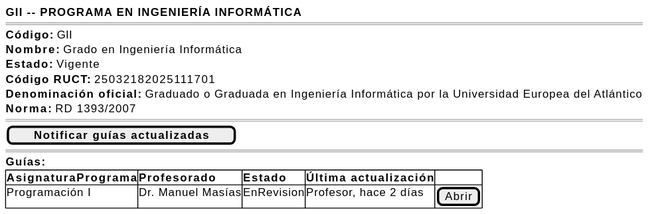
Above: images/RUP/01-requisitos/03-detalle-casos-uso/abrirPrograma/wireframe-porDirectorPrograma.svg in mmasias/pyCeldaPublico (PlantUML), before the change.
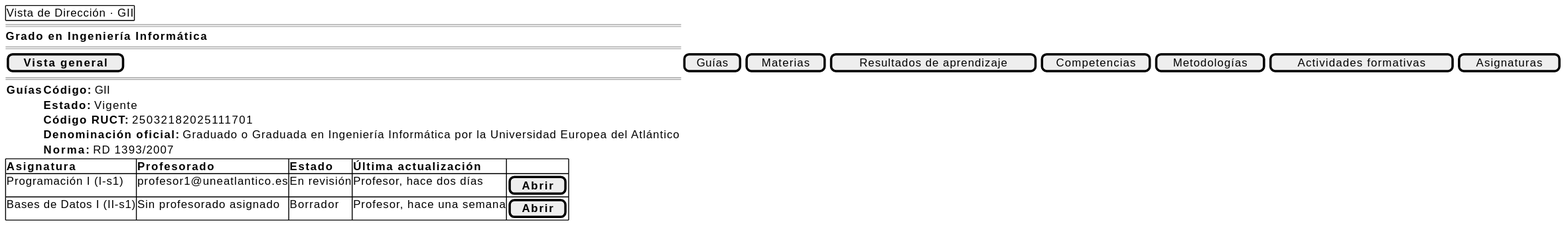
The same diagram one commit later.

The edit, as a diff of the source:
```diff
@@ -1,20 +1,22 @@
 @startsalt abrirPrograma-wireframe-porDirectorPrograma
 {
-    <b>GII -- PROGRAMA EN INGENIERÍA INFORMÁTICA</b>
+    {+ Vista de Dirección · GII }
     ====
-    <b>Código:</b> GII
-    <b>Nombre:</b> Grado en Ingeniería Informática
-    <b>Estado:</b> Vigente
-    <b>Código RUCT:</b> 25032182025111701
-    <b>Denominación oficial:</b> Graduado o Graduada en Ingeniería Informática por la Universidad Europea del Atlántico
-    <b>Norma:</b> RD 1393/2007
+    <b>Grado en Ingeniería Informática</b>
     ====
-    [ <b>Notificar guías actualizadas</b> ]
+    [ <b>Vista general</b> ] | [ Guías ] | [ Materias ] | [ Resultados de aprendizaje ] | [ Competencias ] | [ Metodologías ] | [ Actividades formativas ] | [ Asignaturas ]
     ====
-    <b>Guías:</b>
+    {
+        <b>Guías</b> | <b>Código:</b> GII
+        . | <b>Estado:</b> Vigente
+        . | <b>Código RUCT:</b> 25032182025111701
+        . | <b>Denominación oficial:</b> Graduado o Graduada en Ingeniería Informática por la Universidad Europea del Atlántico
+        . | <b>Norma:</b> RD 1393/2007
+    }
     {#
-        <b>AsignaturaPrograma | <b>Profesorado | <b>Estado | <b>Última actualización | .
-        Programación I | Dr. Manuel Masías | EnRevision | Profesor, hace 2 días | [Abrir]
+        <b>Asignatura | <b>Profesorado | <b>Estado | <b>Última actualización | .
+        Programación I (I-s1) | profesor1@uneatlantico.es | En revisión | Profesor, hace dos días | [ <b>Abrir</b> ]
+        Bases de Datos I (II-s1) | Sin profesorado asignado | Borrador | Profesor, hace una semana | [ <b>Abrir</b> ]
     }
 }
 @endsalt
```
